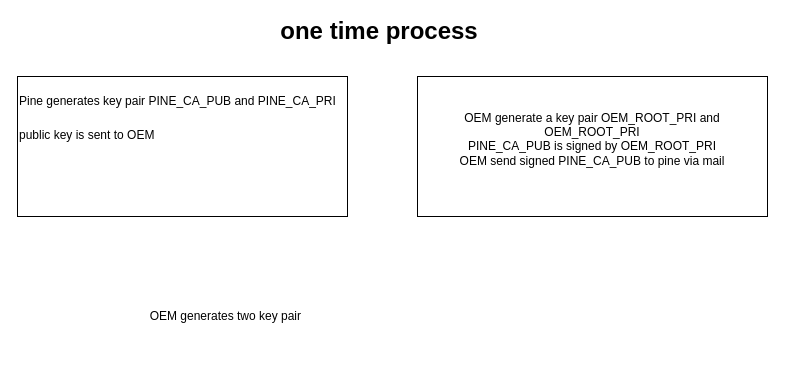
Above: pinelabs RKI.drawio in faizsaifi21/faizsaifi (draw.io), before the change. Source tidied: cells renumbered, new cells numbered last; positions are measured from the earlier drawing's top-left corner, leaving out a move shared by most shapes. Both pictures are drawn from the tidied source at 100%, with x=0, y=0 at pixel (17, 26).
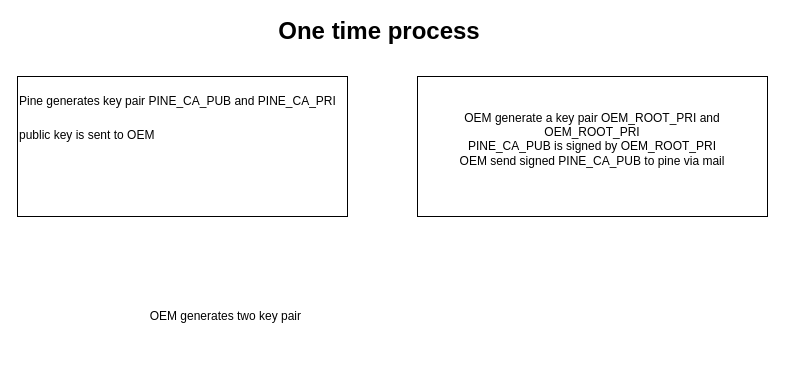
The same page after the edit.

The edit, as a diff of the source:
```diff
@@
 <mxGraphModel>
   <root>
     <mxCell id="0" />
     <mxCell id="1" parent="0" />
     <mxCell id="2" style="rounded=0;whiteSpace=wrap;html=1;" parent="1" vertex="1">
       <mxGeometry y="50" width="330" height="140" as="geometry" />
     </mxCell>
     <mxCell id="3" value="&lt;h1 style=&quot;margin-top: 0px;&quot;&gt;&lt;span style=&quot;font-size: 12px; font-weight: normal;&quot;&gt;Pine generates key pair PINE_CA_PUB and PINE_CA_PRI&lt;/span&gt;&lt;br&gt;&lt;/h1&gt;&lt;p&gt;public key is sent to OEM&lt;/p&gt;&lt;p&gt;&lt;br&gt;&lt;/p&gt;" style="text;html=1;whiteSpace=wrap;overflow=hidden;rounded=0;" parent="1" vertex="1">
       <mxGeometry y="50" width="320" height="140" as="geometry" />
     </mxCell>
     <mxCell id="4" value="OEM generate a key pair OEM_ROOT_PRI and OEM_ROOT_PRI&lt;div&gt;&lt;span style=&quot;text-align: left;&quot;&gt;PINE_CA_PUB is signed by&amp;nbsp;&lt;/span&gt;OEM_ROOT_PRI&lt;br&gt;&lt;/div&gt;&lt;div&gt;OEM send signed&amp;nbsp;&lt;span style=&quot;text-align: left;&quot;&gt;PINE_CA_PUB to pine via mail&lt;/span&gt;&lt;/div&gt;&lt;div&gt;&lt;br&gt;&lt;/div&gt;" style="rounded=0;whiteSpace=wrap;html=1;" parent="1" vertex="1">
       <mxGeometry x="400" y="50" width="350" height="140" as="geometry" />
     </mxCell>
-    <mxCell id="5" value="&lt;h1 style=&quot;text-align: left; margin-top: 0px;&quot;&gt;one time process&lt;/h1&gt;&lt;div&gt;&lt;br&gt;&lt;/div&gt;" style="text;html=1;whiteSpace=wrap;strokeColor=none;fillColor=none;align=center;verticalAlign=middle;rounded=0;" parent="1" vertex="1">
+    <mxCell id="5" value="&lt;h1 style=&quot;text-align: left; margin-top: 0px;&quot;&gt;One time process&lt;/h1&gt;&lt;div&gt;&lt;br&gt;&lt;/div&gt;" style="text;html=1;whiteSpace=wrap;strokeColor=none;fillColor=none;align=center;verticalAlign=middle;rounded=0;" parent="1" vertex="1">
       <mxGeometry x="197" width="330" height="40" as="geometry" />
     </mxCell>
     <mxCell id="6" value="OEM generates two key pair&amp;nbsp;" style="text;html=1;whiteSpace=wrap;strokeColor=none;fillColor=none;align=center;verticalAlign=middle;rounded=0;" parent="1" vertex="1">
       <mxGeometry x="80" y="250" width="260" height="80" as="geometry" />
     </mxCell>
   </root>
 </mxGraphModel>
```
